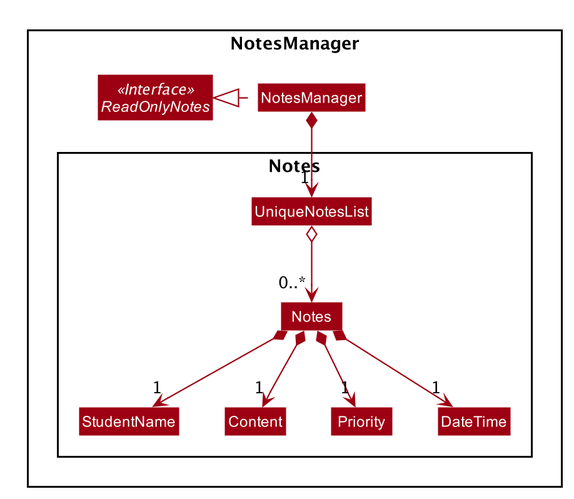
Earlier version of the PlantUML export docs/images/developerguide/notes/NotesModelClassDiagram.png (tingalinga/main).
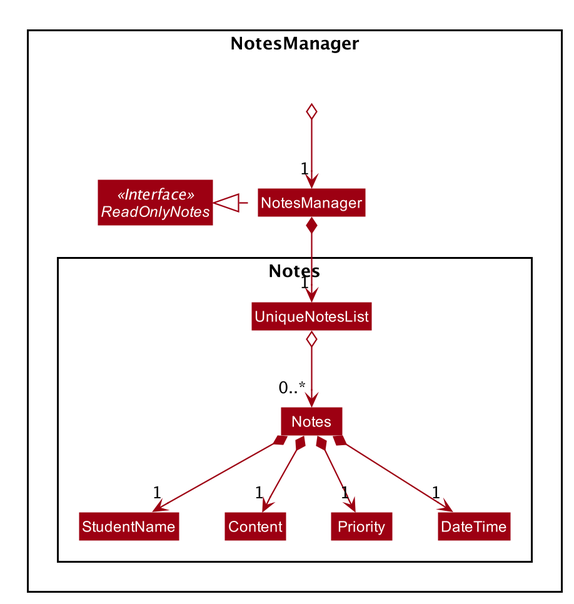
The same diagram one commit later.

What changed in the source:
```diff
@@ -55,6 +55,8 @@
 Interface ReadOnlyNotes <<Interface>>
 Class NotesManager
 NotesManager .left.|> ReadOnlyNotes
+Class HiddenOutside #FFFFFF
+
 
 Package Notes  {
 Class UniqueNotesList
@@ -64,7 +66,11 @@
 Notes *--> "1" Priority
 Notes *--> "1" DateTime
 
+
 NotesManager *--> "1" UniqueNotesList
 UniqueNotesList o--> "0..*" Notes
 
+Class HiddenOutside #FFFFFF
+HiddenOutside o--> "1"  NotesManager
+
 @enduml
```
